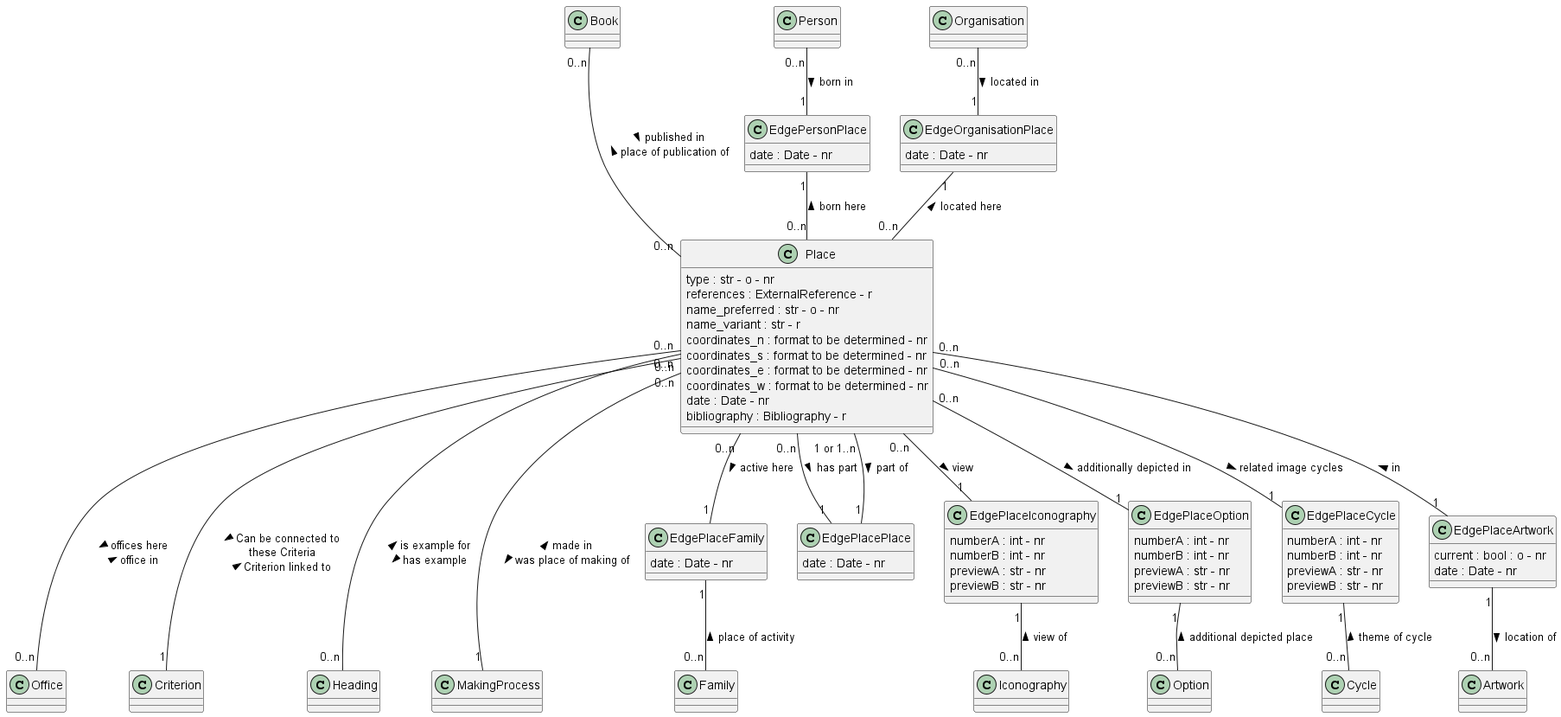
Before: documentation/class_diagrams/Place.png, a diagram exported from PlantUML (tmasch/bpf_be).
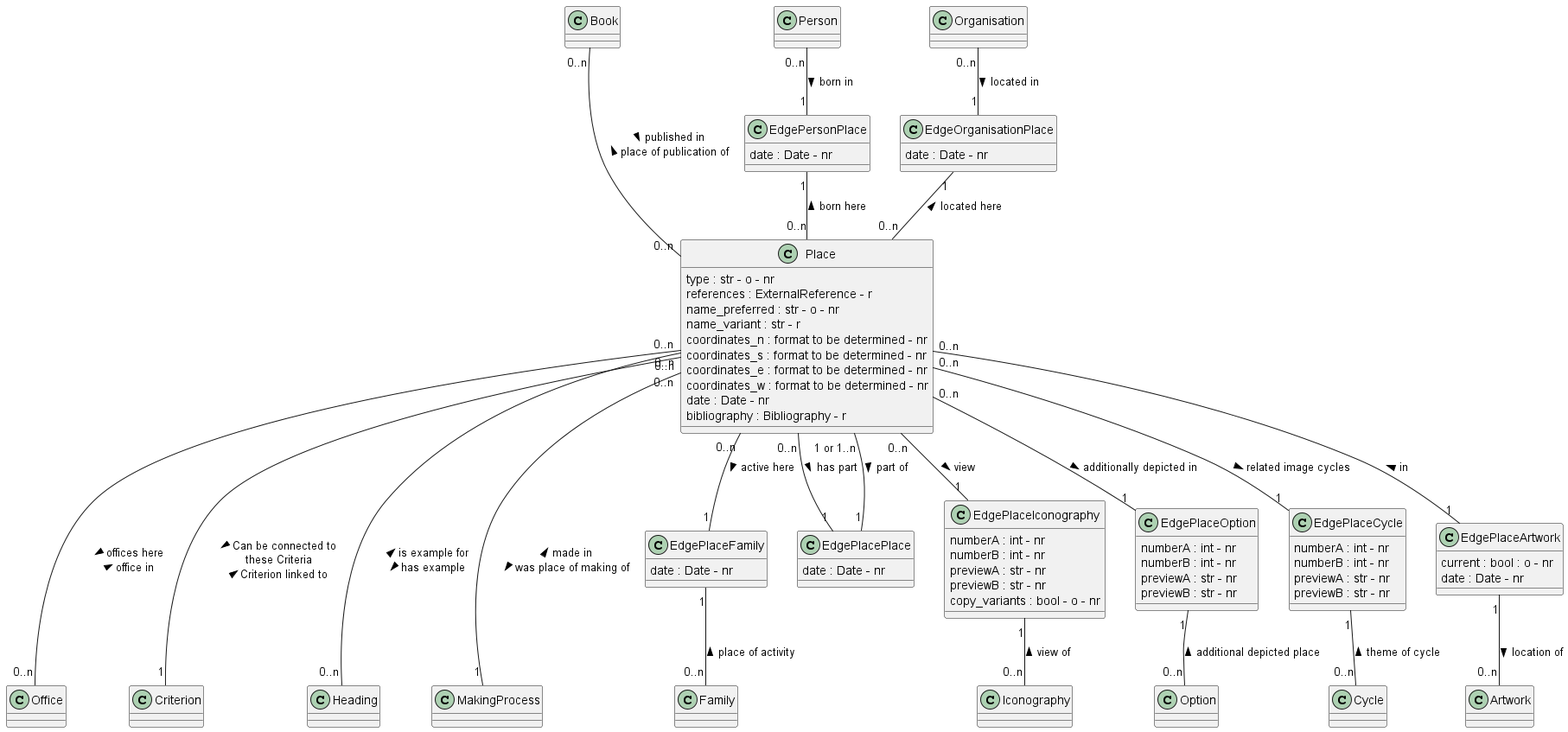
Above is the later version.

Diff of the diagram source:
```diff
@@ -55,6 +55,7 @@
 EdgePlaceIconography : numberB : int - nr
 EdgePlaceIconography : previewA : str - nr
 EdgePlaceIconography : previewB : str - nr
+EdgePlaceIconography : copy_variants : bool - o - nr
 
 class EdgePlaceOption
 EdgePlaceOption : numberA : int - nr
```
